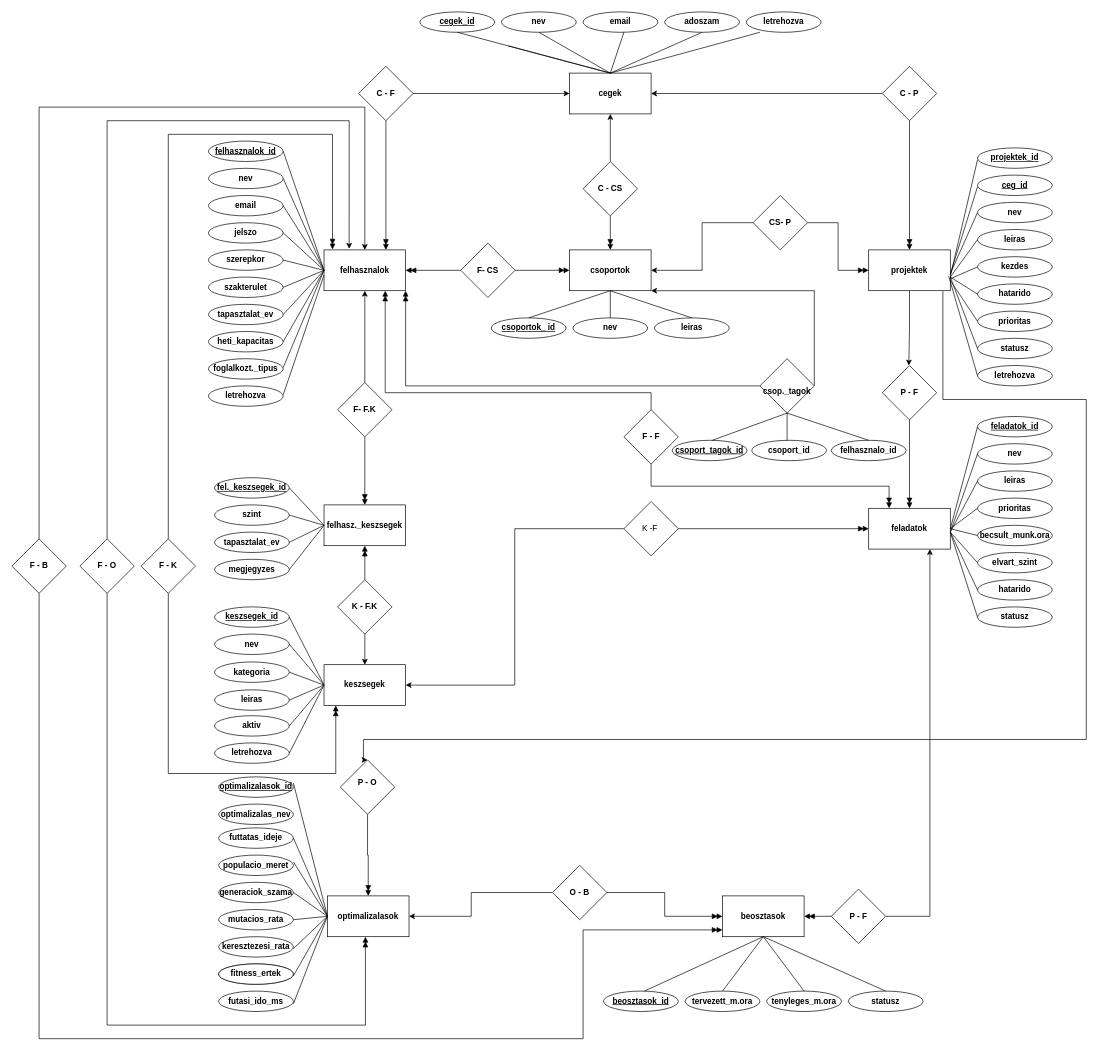
The draw.io diagram ADATBÁZIS TERVEZÉS/ERmodell_EYZWG9_SZD.drawio in oroszkristof/EYZWG9-SZAKDOLGOZATI-SZEMINARIUM-I, before the edit. Source tidied: cells renumbered, new cells numbered last; positions are measured from the earlier drawing's top-left corner, leaving out a move shared by most shapes. Both pictures are drawn from the tidied source at 68%, with x=0, y=0 at pixel (12, 12).
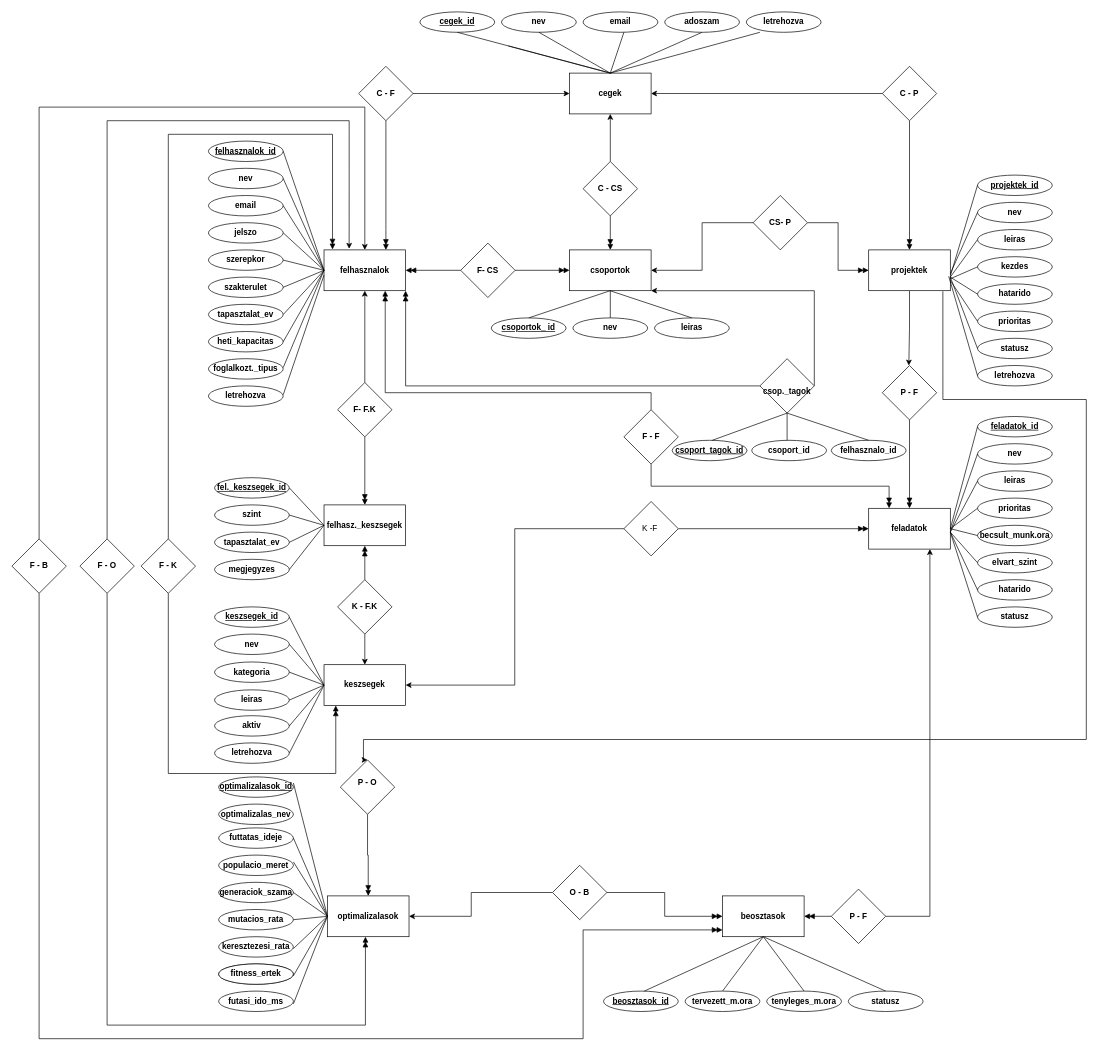
The same page after the edit.

Commit message (it also covers changes not shown here):
Javított ER modell.

The change refers to these unchanged cells:
```xml
<mxCell id="43" value="&lt;b&gt;projektek&lt;/b&gt;" style="rounded=0;whiteSpace=wrap;html=1;" parent="1" vertex="1">
  <mxGeometry x="1260" y="350" width="120" height="60" as="geometry" />
</mxCell>
```

Diff of the diagram source:
```diff
@@
     <mxCell id="44" value="&lt;b&gt;&lt;u&gt;projektek_id&lt;/u&gt;&lt;/b&gt;" style="ellipse;whiteSpace=wrap;html=1;" parent="1" vertex="1">
-      <mxGeometry x="1420" y="200" width="110" height="30" as="geometry" />
+      <mxGeometry x="1420" y="240" width="110" height="30" as="geometry" />
     </mxCell>
@@
-    <mxCell id="55" style="endArrow=none;html=1;rounded=0;exitX=1;exitY=0.5;exitDx=0;exitDy=0;entryX=1.004;entryY=0.615;entryDx=0;entryDy=0;entryPerimeter=0;" parent="1" edge="1" target="43">
-      <mxGeometry relative="1" as="geometry">
-        <mxPoint x="1420" y="217.5" as="sourcePoint" />
-      </mxGeometry>
+    <mxCell id="55" style="endArrow=none;html=1;rounded=0;exitX=0;exitY=0.5;exitDx=0;exitDy=0;entryX=1.004;entryY=0.615;entryDx=0;entryDy=0;entryPerimeter=0;" parent="1" edge="1" source="44" target="43">
+      <mxGeometry relative="1" as="geometry" />
     </mxCell>
-    <mxCell id="56" style="endArrow=none;html=1;rounded=0;entryX=0;entryY=0.5;entryDx=0;entryDy=0;exitX=0.997;exitY=0.615;exitDx=0;exitDy=0;exitPerimeter=0;" parent="1" edge="1" source="43">
-      <mxGeometry relative="1" as="geometry">
-        <mxPoint x="1420" y="257" as="targetPoint" />
-      </mxGeometry>
-    </mxCell>
@@
-    <mxCell id="59" value="&lt;b&gt;&lt;u&gt;ceg_id&lt;/u&gt;&lt;/b&gt;" style="ellipse;whiteSpace=wrap;html=1;" parent="1" vertex="1">
-      <mxGeometry x="1420" y="240" width="110" height="30" as="geometry" />
-    </mxCell>
```
